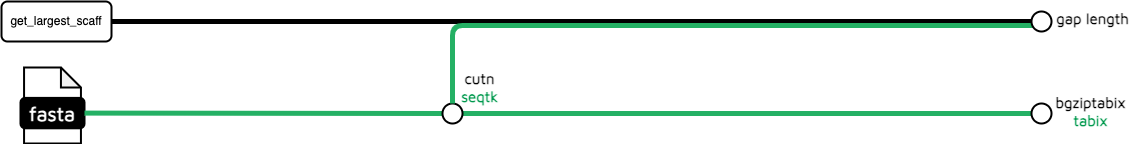
sanger-tol/treeval keeps this draw.io diagram as docs/images/v1-1-0/treeval_1_1_0_gap_finder.png. Above is the earlier version. Source tidied: cells renumbered, new cells last; positions are measured from the earlier drawing's top-left corner, leaving out a move shared by most shapes.
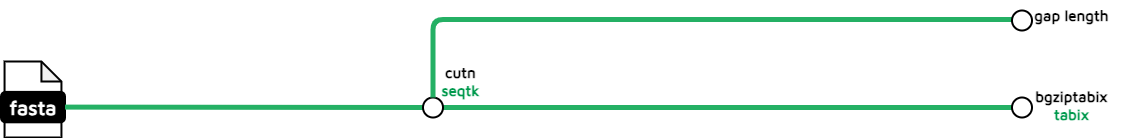
The same diagram one commit later.

Diff of the diagram source:
```diff
@@ -2,58 +2,45 @@
   <root>
     <mxCell id="0" />
     <mxCell id="1" parent="0" />
-    <mxCell id="2" style="endArrow=none;html=1;rounded=1;strokeWidth=5;strokeColor=#24B064;labelBackgroundColor=none;" parent="1" edge="1" source="12">
+    <mxCell id="2" style="endArrow=none;html=1;rounded=1;strokeWidth=5;strokeColor=#24B064;labelBackgroundColor=none;" parent="1" edge="1" source="9">
       <mxGeometry relative="1" as="geometry">
-        <mxPoint x="1034" y="112" as="targetPoint" />
+        <mxPoint x="5854.5" y="6639" as="targetPoint" />
       </mxGeometry>
     </mxCell>
     <mxCell id="3" style="ellipse;whiteSpace=wrap;html=1;rounded=1;rotation=0;strokeWidth=2;labelBackgroundColor=none;" parent="1" vertex="1">
-      <mxGeometry x="1030" y="102" width="20" height="20" as="geometry" />
+      <mxGeometry x="5850.5" y="6629" width="20" height="20" as="geometry" />
     </mxCell>
-    <mxCell id="4" value="get_largest_scaff" style="rounded=1;whiteSpace=wrap;html=1;strokeWidth=2;labelBackgroundColor=none;" parent="1" vertex="1">
-      <mxGeometry width="110" height="40" as="geometry" />
+    <mxCell id="4" value="cutn&lt;br style=&quot;font-size: 15px;&quot;&gt;&lt;font color=&quot;#00994d&quot;&gt;seqtk&lt;/font&gt;" style="text;html=1;align=center;verticalAlign=middle;strokeColor=none;fillColor=none;fontSize=15;fontFamily=Maven Pro;fontSource=https%3A%2F%2Ffonts.googleapis.com%2Fcss%3Ffamily%3DMaven%2BPro;fontStyle=1;labelBackgroundColor=none;" parent="1" vertex="1">
+      <mxGeometry x="5268.5" y="6588" width="60" height="50" as="geometry" />
     </mxCell>
-    <mxCell id="5" style="endArrow=none;html=1;rounded=1;strokeWidth=2;labelBackgroundColor=none;" parent="1" edge="1" source="14">
-      <mxGeometry relative="1" as="geometry">
-        <mxPoint x="810" y="20" as="targetPoint" />
-      </mxGeometry>
+    <mxCell id="5" value="bgziptabix&lt;br style=&quot;font-size: 15px;&quot;&gt;&lt;font color=&quot;#00994d&quot;&gt;tabix&lt;/font&gt;" style="text;html=1;align=center;verticalAlign=middle;strokeColor=none;fillColor=none;fontSize=15;fontFamily=Maven Pro;fontSource=https%3A%2F%2Ffonts.googleapis.com%2Fcss%3Ffamily%3DMaven%2BPro;fontStyle=1;labelBackgroundColor=none;" parent="1" vertex="1">
+      <mxGeometry x="5864.5" y="6612" width="90" height="50" as="geometry" />
     </mxCell>
-    <mxCell id="6" style="endArrow=none;html=1;rounded=1;strokeWidth=5;labelBackgroundColor=none;" parent="1" edge="1" target="14">
-      <mxGeometry relative="1" as="geometry">
-        <mxPoint x="110" y="20" as="sourcePoint" />
-      </mxGeometry>
+    <mxCell id="6" style="shape=note;whiteSpace=wrap;html=1;backgroundOutline=1;darkOpacity=0.05;rounded=1;size=20;strokeWidth=2;labelBackgroundColor=none;" parent="1" vertex="1">
+      <mxGeometry x="4843.1" y="6593" width="56.9" height="76" as="geometry" />
     </mxCell>
-    <mxCell id="7" value="cutn&lt;br style=&quot;font-size: 15px;&quot;&gt;&lt;font color=&quot;#00994d&quot;&gt;seqtk&lt;/font&gt;" style="text;html=1;align=center;verticalAlign=middle;points=[];strokeColor=none;fillColor=none;fontSize=15;fontFamily=Maven Pro;fontSource=https%3A%2F%2Ffonts.googleapis.com%2Fcss%3Ffamily%3DMaven%2BPro;fontStyle=1;labelBackgroundColor=none;" parent="1" vertex="1">
-      <mxGeometry x="448" y="61" width="60" height="50" as="geometry" />
+    <mxCell id="7" value="&lt;font face=&quot;Maven Pro&quot; color=&quot;#ffffff&quot;&gt;&lt;b&gt;&lt;font style=&quot;font-size: 20px;&quot;&gt;fasta&lt;/font&gt;&lt;/b&gt;&lt;/font&gt;" style="rounded=1;whiteSpace=wrap;html=1;strokeWidth=2;fillColor=#000000;labelBackgroundColor=none;" parent="1" vertex="1">
+      <mxGeometry x="4839.5" y="6623.4" width="64" height="30.4" as="geometry" />
     </mxCell>
-    <mxCell id="8" value="bgziptabix&lt;br style=&quot;font-size: 15px;&quot;&gt;&lt;font color=&quot;#00994d&quot;&gt;tabix&lt;/font&gt;" style="text;html=1;align=center;verticalAlign=middle;strokeColor=none;fillColor=none;fontSize=15;fontFamily=Maven Pro;fontSource=https%3A%2F%2Ffonts.googleapis.com%2Fcss%3Ffamily%3DMaven%2BPro;fontStyle=1;labelBackgroundColor=none;" parent="1" vertex="1">
-      <mxGeometry x="1044" y="85" width="90" height="50" as="geometry" />
+    <mxCell id="8" style="endArrow=none;html=1;rounded=1;strokeWidth=5;strokeColor=#24B064;exitX=1;exitY=0.5;exitDx=0;exitDy=0;labelBackgroundColor=none;" parent="1" edge="1" source="7" target="9">
+      <mxGeometry relative="1" as="geometry" />
     </mxCell>
-    <mxCell id="9" style="shape=note;whiteSpace=wrap;html=1;backgroundOutline=1;darkOpacity=0.05;rounded=1;size=20;strokeWidth=2;labelBackgroundColor=none;" parent="1" vertex="1">
-      <mxGeometry x="22.6" y="66" width="56.9" height="76" as="geometry" />
+    <mxCell id="9" style="ellipse;whiteSpace=wrap;html=1;rounded=1;rotation=0;strokeWidth=2;labelBackgroundColor=none;" parent="1" vertex="1">
+      <mxGeometry x="5261.5" y="6629" width="20" height="20" as="geometry" />
     </mxCell>
-    <mxCell id="10" value="&lt;font face=&quot;Maven Pro&quot; color=&quot;#ffffff&quot;&gt;&lt;b&gt;&lt;font style=&quot;font-size: 20px;&quot;&gt;fasta&lt;/font&gt;&lt;/b&gt;&lt;/font&gt;" style="rounded=1;whiteSpace=wrap;html=1;strokeWidth=2;fillColor=#000000;labelBackgroundColor=none;" parent="1" vertex="1">
-      <mxGeometry x="19" y="96.4" width="64" height="30.4" as="geometry" />
+    <mxCell id="10" style="endArrow=none;html=1;rounded=1;strokeWidth=5&#10;;strokeColor=#24B064;exitX=0.5;exitY=0;exitDx=0;exitDy=0;labelBackgroundColor=none;" parent="1" edge="1" source="9">
+      <mxGeometry relative="1" as="geometry">
+        <mxPoint x="5861.5" y="6551" as="targetPoint" />
+        <Array as="points">
+          <mxPoint x="5271.5" y="6551" />
+        </Array>
+      </mxGeometry>
     </mxCell>
-    <mxCell id="11" style="endArrow=none;html=1;rounded=1;strokeWidth=5;strokeColor=#24B064;exitX=1;exitY=0.5;exitDx=0;exitDy=0;labelBackgroundColor=none;" parent="1" edge="1" source="10" target="12">
-      <mxGeometry relative="1" as="geometry" />
+    <mxCell id="11" style="ellipse;whiteSpace=wrap;html=1;rounded=1;rotation=0;strokeWidth=2;labelBackgroundColor=none;" parent="1" vertex="1">
+      <mxGeometry x="5850.5" y="6542" width="20" height="20" as="geometry" />
     </mxCell>
-    <mxCell id="12" style="ellipse;whiteSpace=wrap;html=1;rounded=1;rotation=0;strokeWidth=2;labelBackgroundColor=none;" parent="1" vertex="1">
-      <mxGeometry x="441" y="102" width="20" height="20" as="geometry" />
+    <mxCell id="12" value="gap length" style="text;html=1;align=center;verticalAlign=middle;points=[];strokeColor=none;fillColor=none;fontSize=15;fontFamily=Maven Pro;fontSource=https%3A%2F%2Ffonts.googleapis.com%2Fcss%3Ffamily%3DMaven%2BPro;fontStyle=1;labelBackgroundColor=none;" parent="1" vertex="1">
+      <mxGeometry x="5859.5" y="6532" width="100" height="30" as="geometry" />
     </mxCell>
-    <mxCell id="13" style="endArrow=none;html=1;rounded=1;strokeWidth=5&#10;;strokeColor=#24B064;exitX=0.5;exitY=0;exitDx=0;exitDy=0;labelBackgroundColor=none;" parent="1" edge="1" source="12">
-      <mxGeometry relative="1" as="geometry">
-        <mxPoint x="1041" y="24" as="targetPoint" />
-        <Array as="points">
-          <mxPoint x="451" y="24" />
-        </Array>
-      </mxGeometry>
-    </mxCell>
-    <mxCell id="14" style="ellipse;whiteSpace=wrap;html=1;rounded=1;rotation=0;strokeWidth=2;labelBackgroundColor=none;" parent="1" vertex="1">
-      <mxGeometry x="1030" y="10" width="20" height="20" as="geometry" />
-    </mxCell>
-    <mxCell id="15" value="gap length" style="text;html=1;align=center;verticalAlign=middle;strokeColor=none;fillColor=none;fontSize=15;fontFamily=Maven Pro;fontSource=https%3A%2F%2Ffonts.googleapis.com%2Fcss%3Ffamily%3DMaven%2BPro;fontStyle=1;labelBackgroundColor=none;" parent="1" vertex="1">
-      <mxGeometry x="1041" y="2" width="100" height="30" as="geometry" />
-    </mxCell>
   </root>
 </mxGraphModel>
```
